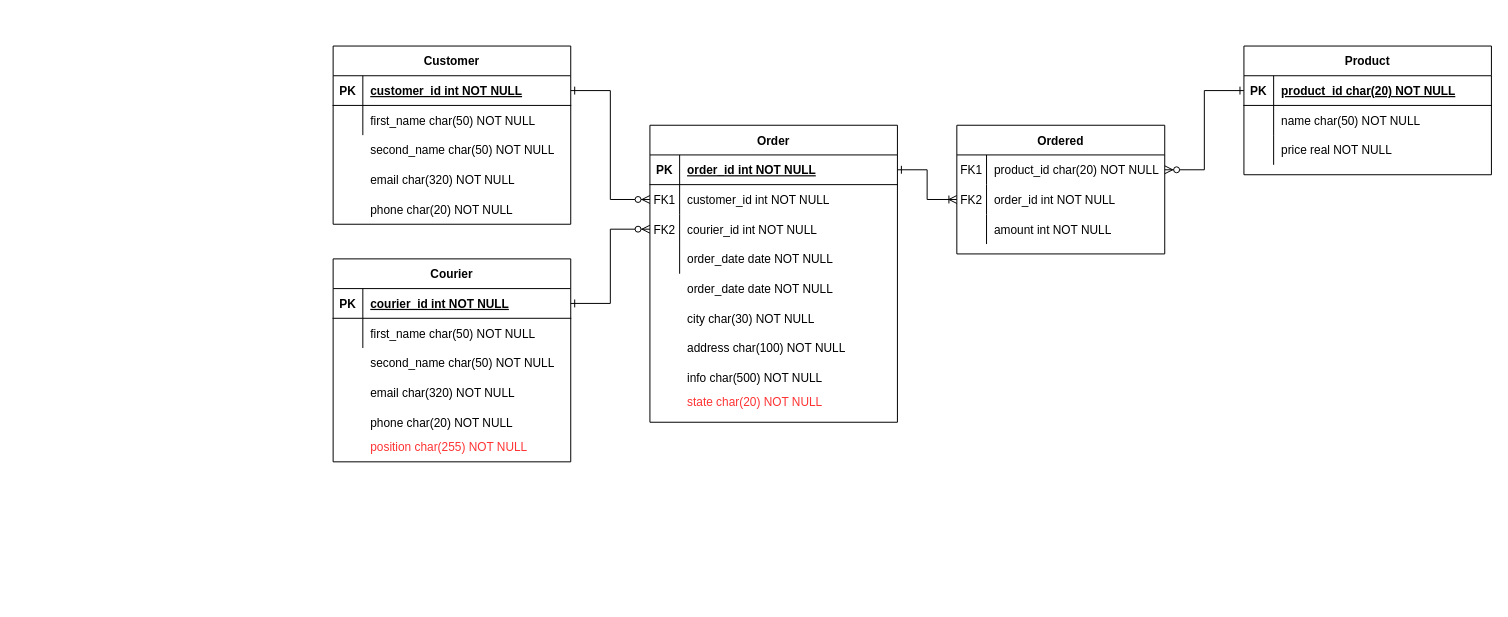
Earlier version of the draw.io diagram entity-diagram.drawio (Vladislav2147/Delivery_App). Source tidied: cells renumbered, new cells numbered last; positions are measured from the earlier drawing's top-left corner, leaving out a move shared by most shapes. Both pictures are drawn from the tidied source at 99%, with x=0, y=0 at pixel (333, 46).
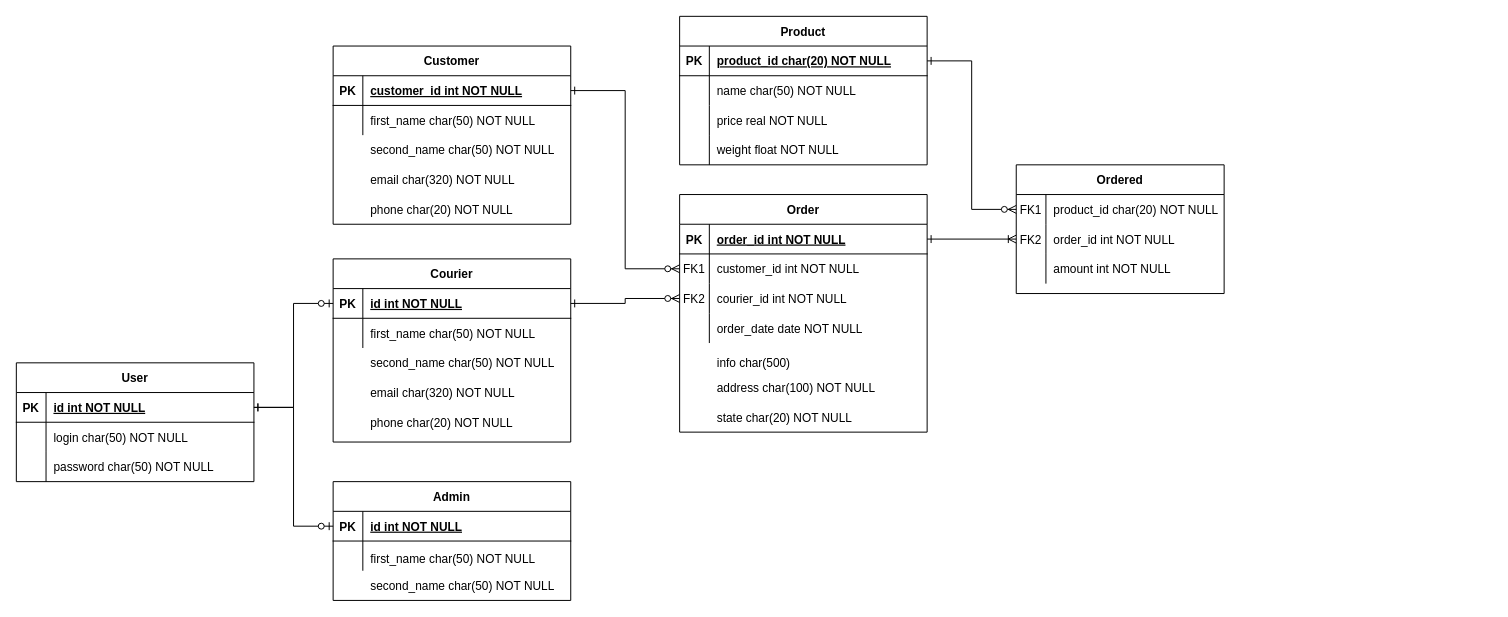
Above is the later version.

Unchanged cells that the change refers to:
```xml
<mxCell id="24" style="shape=partialRectangle;fillColor=none;points=[[0,0.5],[1,0.5]];portConstraint=eastwest;top=0;left=0;right=0;bottom=1;" parent="23" vertex="1">
  <mxGeometry y="30" width="250" height="30" as="geometry" />
</mxCell>
<mxCell id="34" style="shape=partialRectangle;fillColor=none;top=0;left=0;bottom=0;right=0;points=[[0,0.5],[1,0.5]];portConstraint=eastwest;" parent="33" vertex="1">
  <mxGeometry y="30" width="210" height="30" as="geometry" />
</mxCell>
<mxCell id="64" style="shape=partialRectangle;fillColor=none;points=[[0,0.5],[1,0.5]];portConstraint=eastwest;top=0;left=0;right=0;bottom=1;" parent="63" vertex="1">
  <mxGeometry y="30" width="240" height="30" as="geometry" />
</mxCell>
```

Diff of the diagram source:
```diff
@@
     <mxCell id="3" value="Order" style="shape=table;startSize=30;childLayout=tableLayout;rowLines=0;fontStyle=1;align=center;" parent="1" vertex="1">
-      <mxGeometry x="320" y="80" width="250" height="300" as="geometry" />
+      <mxGeometry x="350" y="150" width="250" height="240" as="geometry" />
     </mxCell>
@@
     <mxCell id="23" value="Product" style="shape=table;startSize=30;childLayout=tableLayout;rowLines=0;fontStyle=1;align=center;" parent="1" vertex="1">
-      <mxGeometry x="920" width="250" height="130" as="geometry" />
+      <mxGeometry x="350" y="-30" width="250" height="150" as="geometry" />
     </mxCell>
@@
+    <mxCell id="75" style="shape=partialRectangle;fillColor=none;top=0;left=0;right=0;bottom=0;" parent="23" vertex="1">
+      <mxGeometry y="120" width="250" height="30" as="geometry" />
+    </mxCell>
+    <mxCell id="76" style="shape=partialRectangle;overflow=hidden;fillColor=none;top=0;left=0;bottom=0;right=0;" parent="75" vertex="1">
+      <mxGeometry width="30" height="30" as="geometry" />
+    </mxCell>
+    <mxCell id="77" value="weight float NOT NULL" style="shape=partialRectangle;overflow=hidden;fillColor=none;top=0;left=0;bottom=0;right=0;align=left;spacingLeft=6;" parent="75" vertex="1">
+      <mxGeometry x="30" width="220" height="30" as="geometry" />
+    </mxCell>
     <mxCell id="33" value="Ordered" style="shape=table;startSize=30;childLayout=tableLayout;rowLines=0;fontStyle=1;align=center;" parent="1" vertex="1">
-      <mxGeometry x="630" y="80" width="210" height="130" as="geometry" />
+      <mxGeometry x="690" y="120" width="210" height="130" as="geometry" />
     </mxCell>
@@
-    <mxCell id="43" style="edgeStyle=orthogonalEdgeStyle;rounded=0;jettySize=auto;html=1;exitX=1;exitY=0.5;exitDx=0;exitDy=0;entryX=0;entryY=0.5;entryDx=0;entryDy=0;endArrow=ERone;endFill=0;startArrow=ERzeroToMany;startFill=1;" parent="1" edge="1" source="34" target="24">
+    <mxCell id="43" style="edgeStyle=orthogonalEdgeStyle;rounded=0;jettySize=auto;html=1;exitX=0;exitY=0.5;exitDx=0;exitDy=0;endArrow=ERone;endFill=0;startArrow=ERzeroToMany;startFill=1;entryX=1;entryY=0.5;entryDx=0;entryDy=0;" parent="1" edge="1" source="34" target="24">
       <mxGeometry relative="1" as="geometry" />
     </mxCell>
@@
-    <mxCell id="45" style="shape=partialRectangle;fillColor=none;top=0;left=0;right=0;bottom=0;" parent="1" vertex="1">
-      <mxGeometry x="320" y="230" width="250" height="30" as="geometry" />
-    </mxCell>
-    <mxCell id="46" style="shape=partialRectangle;overflow=hidden;fillColor=none;top=0;left=0;bottom=0;right=0;" parent="45" vertex="1">
-      <mxGeometry width="30" height="30" as="geometry" />
-    </mxCell>
-    <mxCell id="47" value="order_date date NOT NULL" style="shape=partialRectangle;overflow=hidden;fillColor=none;top=0;left=0;bottom=0;right=0;align=left;spacingLeft=6;" parent="45" vertex="1">
-      <mxGeometry x="30" width="220" height="30" as="geometry" />
-    </mxCell>
@@
     <mxCell id="51" style="shape=partialRectangle;fillColor=none;top=0;left=0;right=0;bottom=0;" parent="1" vertex="1">
-      <mxGeometry x="320" y="290" width="250" height="30" as="geometry" />
+      <mxGeometry x="350" y="330" width="250" height="30" as="geometry" />
     </mxCell>
@@
-    <mxCell id="54" style="shape=partialRectangle;fillColor=none;top=0;left=0;right=0;bottom=0;" parent="1" vertex="1">
-      <mxGeometry x="320" y="260" width="250" height="30" as="geometry" />
-    </mxCell>
-    <mxCell id="55" style="shape=partialRectangle;overflow=hidden;fillColor=none;top=0;left=0;bottom=0;right=0;" parent="54" vertex="1">
-      <mxGeometry width="30" height="30" as="geometry" />
-    </mxCell>
-    <mxCell id="56" value="city char(30) NOT NULL" style="shape=partialRectangle;overflow=hidden;fillColor=none;top=0;left=0;bottom=0;right=0;align=left;spacingLeft=6;" parent="54" vertex="1">
-      <mxGeometry x="30" width="220" height="30" as="geometry" />
-    </mxCell>
     <mxCell id="57" style="shape=partialRectangle;fillColor=none;top=0;left=0;right=0;bottom=0;" parent="1" vertex="1">
-      <mxGeometry x="320" y="320" width="250" height="30" as="geometry" />
+      <mxGeometry x="350" y="305" width="250" height="30" as="geometry" />
     </mxCell>
@@
-    <mxCell id="59" value="info char(500) NOT NULL" style="shape=partialRectangle;overflow=hidden;fillColor=none;top=0;left=0;bottom=0;right=0;align=left;spacingLeft=6;" parent="57" vertex="1">
+    <mxCell id="59" value="info char(500) " style="shape=partialRectangle;overflow=hidden;fillColor=none;top=0;left=0;bottom=0;right=0;align=left;spacingLeft=6;" parent="57" vertex="1">
       <mxGeometry x="30" width="220" height="30" as="geometry" />
     </mxCell>
     <mxCell id="60" style="shape=partialRectangle;fillColor=none;top=0;left=0;right=0;bottom=0;" parent="1" vertex="1">
-      <mxGeometry x="320" y="344" width="250" height="30" as="geometry" />
+      <mxGeometry x="350" y="360" width="250" height="30" as="geometry" />
     </mxCell>
@@
-    <mxCell id="62" value="state char(20) NOT NULL" style="shape=partialRectangle;overflow=hidden;fillColor=none;top=0;left=0;bottom=0;right=0;align=left;spacingLeft=6;fontColor=#FF3333;" parent="60" vertex="1">
+    <mxCell id="62" value="state char(20) NOT NULL" style="shape=partialRectangle;overflow=hidden;fillColor=none;top=0;left=0;bottom=0;right=0;align=left;spacingLeft=6;" parent="60" vertex="1">
       <mxGeometry x="30" width="220" height="30" as="geometry" />
     </mxCell>
     <mxCell id="63" value="Courier" style="shape=table;startSize=30;childLayout=tableLayout;rowLines=0;fontStyle=1;align=center;" parent="1" vertex="1">
-      <mxGeometry y="215" width="240" height="205" as="geometry" />
+      <mxGeometry y="215" width="240" height="185" as="geometry" />
     </mxCell>
@@
-    <mxCell id="66" value="courier_id int NOT NULL " style="shape=partialRectangle;overflow=hidden;fillColor=none;top=0;left=0;bottom=0;right=0;align=left;spacingLeft=6;fontStyle=5;" parent="64" vertex="1">
+    <mxCell id="66" value="id int NOT NULL " style="shape=partialRectangle;overflow=hidden;fillColor=none;top=0;left=0;bottom=0;right=0;align=left;spacingLeft=6;fontStyle=5;" parent="64" vertex="1">
       <mxGeometry x="30" width="210" height="30" as="geometry" />
     </mxCell>
@@
-    <mxCell id="73" value="position char(255) NOT NULL" style="shape=partialRectangle;overflow=hidden;fillColor=none;top=0;left=0;bottom=0;right=0;align=left;spacingLeft=6;strokeColor=#FF3333;fontColor=#FF3333;" parent="1" vertex="1">
-      <mxGeometry x="30" y="390" width="210" height="30" as="geometry" />
-    </mxCell>
@@
+    <mxCell id="78" value="User" style="shape=table;startSize=30;childLayout=tableLayout;rowLines=0;fontStyle=1;align=center;" parent="1" vertex="1">
+      <mxGeometry x="-320" y="320" width="240" height="120" as="geometry" />
+    </mxCell>
+    <mxCell id="79" style="shape=partialRectangle;fillColor=none;points=[[0,0.5],[1,0.5]];portConstraint=eastwest;top=0;left=0;right=0;bottom=1;" parent="78" vertex="1">
+      <mxGeometry y="30" width="240" height="30" as="geometry" />
+    </mxCell>
+    <mxCell id="80" value="PK" style="shape=partialRectangle;overflow=hidden;fillColor=none;top=0;left=0;bottom=0;right=0;fontStyle=1;" parent="79" vertex="1">
+      <mxGeometry width="30" height="30" as="geometry" />
+    </mxCell>
+    <mxCell id="81" value="id int NOT NULL " style="shape=partialRectangle;overflow=hidden;fillColor=none;top=0;left=0;bottom=0;right=0;align=left;spacingLeft=6;fontStyle=5;" parent="79" vertex="1">
+      <mxGeometry x="30" width="210" height="30" as="geometry" />
+    </mxCell>
+    <mxCell id="82" style="shape=partialRectangle;fillColor=none;top=0;left=0;right=0;bottom=0;" parent="78" vertex="1">
+      <mxGeometry y="60" width="240" height="30" as="geometry" />
+    </mxCell>
+    <mxCell id="83" style="shape=partialRectangle;overflow=hidden;fillColor=none;top=0;left=0;bottom=0;right=0;" parent="82" vertex="1">
+      <mxGeometry width="30" height="30" as="geometry" />
+    </mxCell>
+    <mxCell id="84" value="login char(50) NOT NULL" style="shape=partialRectangle;overflow=hidden;fillColor=none;top=0;left=0;bottom=0;right=0;align=left;spacingLeft=6;" parent="82" vertex="1">
+      <mxGeometry x="30" width="210" height="30" as="geometry" />
+    </mxCell>
+    <mxCell id="85" style="shape=partialRectangle;fillColor=none;top=0;left=0;right=0;bottom=0;" parent="78" vertex="1">
+      <mxGeometry y="90" width="240" height="30" as="geometry" />
+    </mxCell>
+    <mxCell id="86" style="shape=partialRectangle;overflow=hidden;fillColor=none;top=0;left=0;bottom=0;right=0;" parent="85" vertex="1">
+      <mxGeometry width="30" height="30" as="geometry" />
+    </mxCell>
+    <mxCell id="87" value="password char(50) NOT NULL" style="shape=partialRectangle;overflow=hidden;fillColor=none;top=0;left=0;bottom=0;right=0;align=left;spacingLeft=6;" parent="85" vertex="1">
+      <mxGeometry x="30" width="210" height="30" as="geometry" />
+    </mxCell>
+    <mxCell id="88" value="Admin" style="shape=table;startSize=30;childLayout=tableLayout;rowLines=0;fontStyle=1;align=center;" parent="1" vertex="1">
+      <mxGeometry y="440" width="240" height="120" as="geometry" />
+    </mxCell>
+    <mxCell id="89" style="shape=partialRectangle;fillColor=none;points=[[0,0.5],[1,0.5]];portConstraint=eastwest;top=0;left=0;right=0;bottom=1;" parent="88" vertex="1">
+      <mxGeometry y="30" width="240" height="30" as="geometry" />
+    </mxCell>
+    <mxCell id="90" value="PK" style="shape=partialRectangle;overflow=hidden;fillColor=none;top=0;left=0;bottom=0;right=0;fontStyle=1;" parent="89" vertex="1">
+      <mxGeometry width="30" height="30" as="geometry" />
+    </mxCell>
+    <mxCell id="91" value="id int NOT NULL " style="shape=partialRectangle;overflow=hidden;fillColor=none;top=0;left=0;bottom=0;right=0;align=left;spacingLeft=6;fontStyle=5;" parent="89" vertex="1">
+      <mxGeometry x="30" width="210" height="30" as="geometry" />
+    </mxCell>
+    <mxCell id="92" style="shape=partialRectangle;fillColor=none;top=0;left=0;right=0;bottom=0;" parent="88" vertex="1">
+      <mxGeometry y="60" width="240" height="30" as="geometry" />
+    </mxCell>
+    <mxCell id="93" style="shape=partialRectangle;overflow=hidden;fillColor=none;top=0;left=0;bottom=0;right=0;" parent="92" vertex="1">
+      <mxGeometry width="30" height="30" as="geometry" />
+    </mxCell>
+    <mxCell id="94" style="shape=partialRectangle;overflow=hidden;fillColor=none;top=0;left=0;bottom=0;right=0;align=left;spacingLeft=6;" parent="92" vertex="1">
+      <mxGeometry x="30" width="210" height="30" as="geometry" />
+    </mxCell>
+    <mxCell id="95" style="shape=partialRectangle;fillColor=none;top=0;left=0;right=0;bottom=0;" parent="1" vertex="1">
+      <mxGeometry y="505" width="240" height="25" as="geometry" />
+    </mxCell>
+    <mxCell id="96" style="shape=partialRectangle;overflow=hidden;fillColor=none;top=0;left=0;bottom=0;right=0;" parent="95" vertex="1">
+      <mxGeometry width="30" height="25" as="geometry" />
+    </mxCell>
+    <mxCell id="97" value="first_name char(50) NOT NULL" style="shape=partialRectangle;overflow=hidden;fillColor=none;top=0;left=0;bottom=0;right=0;align=left;spacingLeft=6;" parent="95" vertex="1">
+      <mxGeometry x="30" width="210" height="25" as="geometry" />
+    </mxCell>
+    <mxCell id="98" value="second_name char(50) NOT NULL" style="shape=partialRectangle;overflow=hidden;fillColor=none;top=0;left=0;bottom=0;right=0;align=left;spacingLeft=6;" parent="1" vertex="1">
+      <mxGeometry x="30" y="530" width="210" height="30" as="geometry" />
+    </mxCell>
+    <mxCell id="99" style="edgeStyle=orthogonalEdgeStyle;rounded=0;jettySize=auto;html=1;exitX=1;exitY=0.5;exitDx=0;exitDy=0;entryX=0;entryY=0.5;entryDx=0;entryDy=0;fontColor=#000000;startArrow=ERone;startFill=0;endArrow=ERzeroToOne;endFill=1;" parent="1" edge="1" source="79" target="64">
+      <mxGeometry relative="1" as="geometry" />
+    </mxCell>
+    <mxCell id="100" style="edgeStyle=orthogonalEdgeStyle;rounded=0;jettySize=auto;html=1;exitX=1;exitY=0.5;exitDx=0;exitDy=0;entryX=0;entryY=0.5;entryDx=0;entryDy=0;fontColor=#000000;startArrow=ERone;startFill=0;endArrow=ERzeroToOne;endFill=1;" parent="1" edge="1" source="79" target="89">
+      <mxGeometry relative="1" as="geometry" />
+    </mxCell>
```
